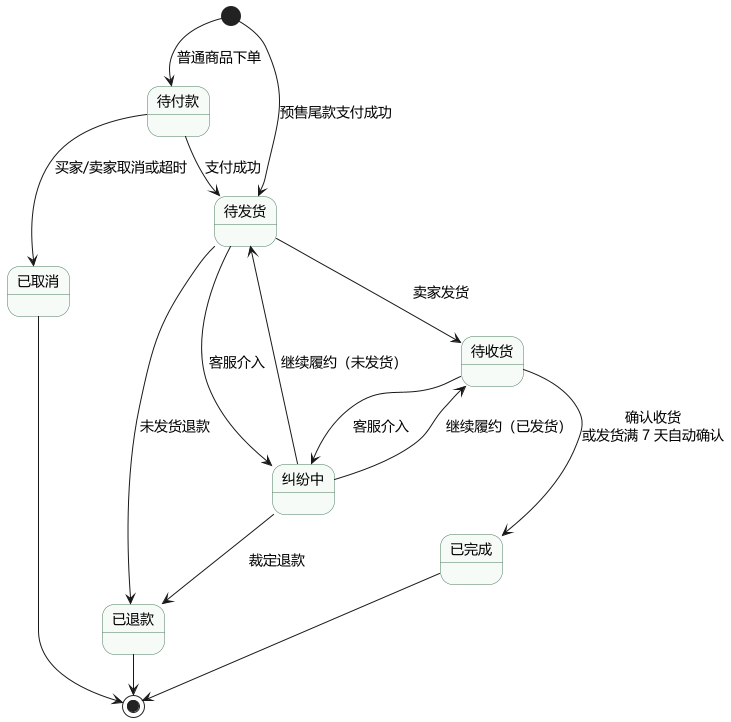
XuHR233/SE-lab1-requirements keeps this PlantUML diagram as lab02/UML/订单状态图.png. Above is the earlier version.
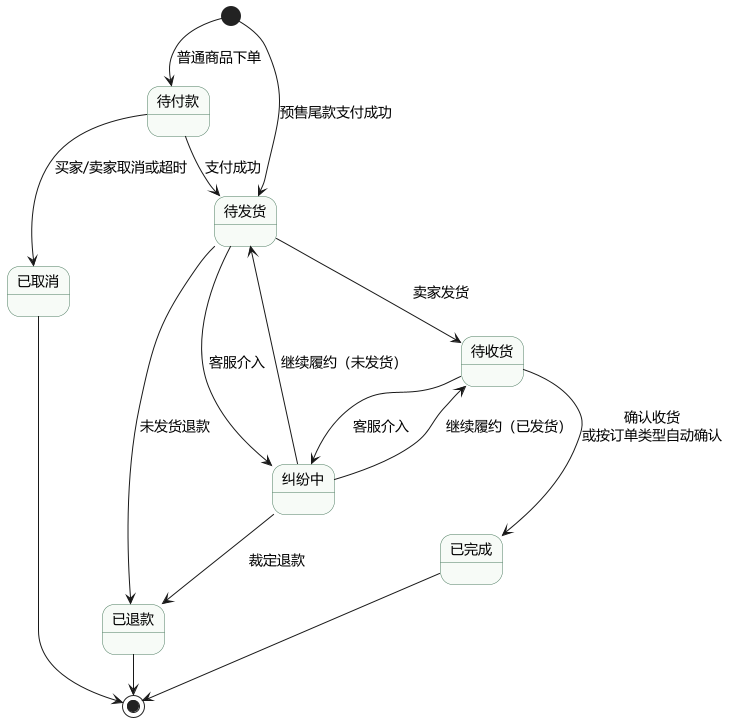
Later version of the same file.

Diff of the diagram source:
```diff
@@ -27,7 +27,7 @@
 O2 --> O6 : 未发货退款
 O2 --> O7 : 客服介入
 
-O3 --> O4 : 确认收货\n或发货满 7 天自动确认
+O3 --> O4 : 确认收货\n或按订单类型自动确认
 O3 --> O7 : 客服介入
 
 O7 --> O2 : 继续履约（未发货）
```
